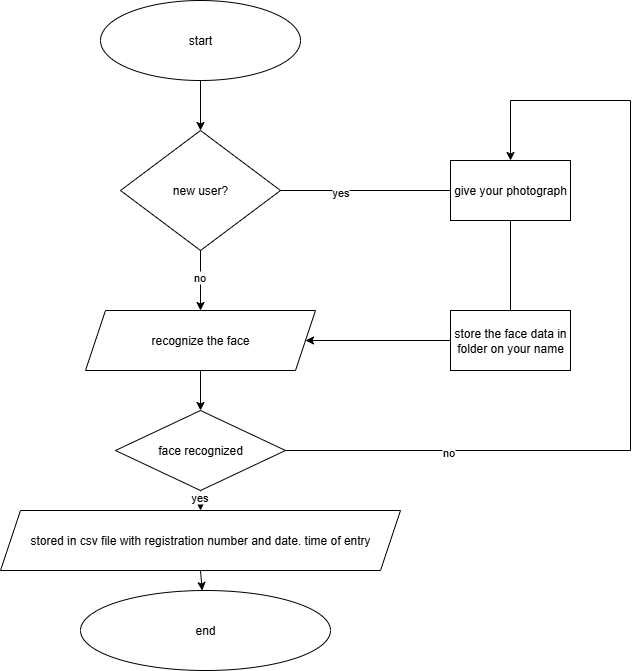
Earlier version of the draw.io export face recognition attendence system.png (MohanKrishna181818/face-recognition-system). Source tidied: cells renumbered, new cells last; positions are measured from the earlier drawing's top-left corner, leaving out a move shared by most shapes. Source of this version:
```xml
<mxGraphModel>
  <root>
    <mxCell id="0" />
    <mxCell id="1" parent="0" />
    <mxCell id="2" value="start" style="ellipse;whiteSpace=wrap;html=1;" parent="1" vertex="1">
      <mxGeometry x="100" width="200" height="80" as="geometry" />
    </mxCell>
    <mxCell id="3" value="new user?" style="rhombus;whiteSpace=wrap;html=1;" parent="1" vertex="1">
      <mxGeometry x="120" y="130" width="160" height="120" as="geometry" />
    </mxCell>
    <mxCell id="4" style="endArrow=classic;html=1;rounded=0;exitX=0.5;exitY=1;exitDx=0;exitDy=0;" parent="1" edge="1" source="2" target="3">
      <mxGeometry relative="1" as="geometry" />
    </mxCell>
    <mxCell id="5" value="recognize the face" style="shape=parallelogram;perimeter=parallelogramPerimeter;whiteSpace=wrap;html=1;fixedSize=1;" parent="1" vertex="1">
      <mxGeometry x="85" y="310" width="230" height="60" as="geometry" />
    </mxCell>
    <mxCell id="6" style="endArrow=classic;html=1;rounded=0;exitX=0.5;exitY=1;exitDx=0;exitDy=0;" parent="1" edge="1" source="3" target="5">
      <mxGeometry relative="1" as="geometry" />
    </mxCell>
    <mxCell id="7" value="no" style="edgeLabel;html=1;align=center;verticalAlign=middle;" parent="6" vertex="1">
      <mxGeometry x="-0.13" y="-2" relative="1" as="geometry" />
    </mxCell>
    <mxCell id="8" value="face recognized" style="rhombus;whiteSpace=wrap;html=1;" parent="1" vertex="1">
      <mxGeometry x="115" y="410" width="170" height="80" as="geometry" />
    </mxCell>
    <mxCell id="9" style="endArrow=classic;html=1;rounded=0;exitX=0.5;exitY=1;exitDx=0;exitDy=0;entryX=0.5;entryY=0;entryDx=0;entryDy=0;" parent="1" edge="1" source="5" target="8">
      <mxGeometry relative="1" as="geometry" />
    </mxCell>
    <mxCell id="10" style="endArrow=classic;html=1;rounded=0;exitX=0.5;exitY=1;exitDx=0;exitDy=0;entryX=0.5;entryY=0;entryDx=0;entryDy=0;" parent="1" edge="1" source="8" target="19">
      <mxGeometry relative="1" as="geometry" />
    </mxCell>
    <mxCell id="11" value="yes" style="edgeLabel;html=1;align=center;verticalAlign=middle;" parent="10" vertex="1">
      <mxGeometry x="-0.42" y="-2" relative="1" as="geometry" />
    </mxCell>
    <mxCell id="12" value="give your photograph" style="rounded=0;whiteSpace=wrap;html=1;" parent="1" vertex="1">
      <mxGeometry x="450" y="160" width="120" height="60" as="geometry" />
    </mxCell>
    <mxCell id="13" value="store the face data in folder on your name" style="rounded=0;whiteSpace=wrap;html=1;" parent="1" vertex="1">
      <mxGeometry x="450" y="310" width="120" height="60" as="geometry" />
    </mxCell>
    <mxCell id="14" style="endArrow=classic;html=1;rounded=0;exitX=0;exitY=0.5;exitDx=0;exitDy=0;entryX=1;entryY=0.5;entryDx=0;entryDy=0;" parent="1" edge="1" source="13" target="5">
      <mxGeometry relative="1" as="geometry" />
    </mxCell>
    <mxCell id="15" style="endArrow=none;html=1;rounded=0;exitX=1;exitY=0.5;exitDx=0;exitDy=0;" parent="1" edge="1" source="3" target="12">
      <mxGeometry relative="1" as="geometry" />
    </mxCell>
    <mxCell id="16" value="yes" style="edgeLabel;html=1;align=center;verticalAlign=middle;" parent="15" vertex="1">
      <mxGeometry x="-0.3" y="-1" relative="1" as="geometry" />
    </mxCell>
    <mxCell id="17" style="endArrow=classic;html=1;rounded=0;exitX=1;exitY=0.5;exitDx=0;exitDy=0;entryX=0.5;entryY=0;entryDx=0;entryDy=0;" parent="1" edge="1" source="8" target="12">
      <mxGeometry relative="1" as="geometry">
        <Array as="points">
          <mxPoint x="630" y="450" />
          <mxPoint x="630" y="100" />
          <mxPoint x="510" y="100" />
        </Array>
      </mxGeometry>
    </mxCell>
    <mxCell id="18" value="no" style="edgeLabel;html=1;align=center;verticalAlign=middle;" parent="17" vertex="1">
      <mxGeometry x="-0.63" y="-1" relative="1" as="geometry" />
    </mxCell>
    <mxCell id="19" value="stored in csv file with registration number and date. time of entry" style="shape=parallelogram;perimeter=parallelogramPerimeter;whiteSpace=wrap;html=1;fixedSize=1;" parent="1" vertex="1">
      <mxGeometry y="510" width="400" height="60" as="geometry" />
    </mxCell>
    <mxCell id="20" style="endArrow=classic;html=1;rounded=0;exitX=0.5;exitY=1;exitDx=0;exitDy=0;" parent="1" edge="1" source="19" target="21">
      <mxGeometry relative="1" as="geometry" />
    </mxCell>
    <mxCell id="21" value="end" style="ellipse;whiteSpace=wrap;html=1;" parent="1" vertex="1">
      <mxGeometry x="80" y="590" width="250" height="80" as="geometry" />
    </mxCell>
    <mxCell id="22" style="endArrow=none;html=1;rounded=0;entryX=0.5;entryY=1;entryDx=0;entryDy=0;exitX=0.5;exitY=0;exitDx=0;exitDy=0;" parent="1" edge="1" source="13" target="12">
      <mxGeometry relative="1" as="geometry" />
    </mxCell>
  </root>
</mxGraphModel>
```
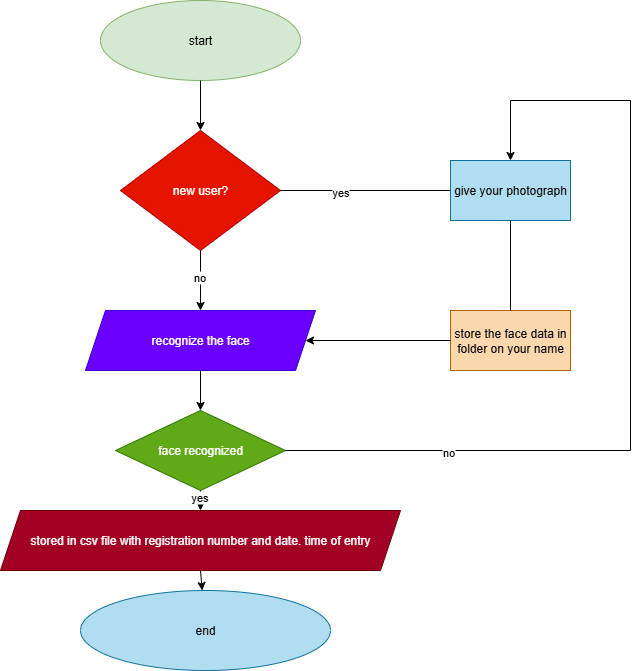
The same file after the commit.

Commit message:
added face system

Change to the diagram source:
```diff
@@ -2,16 +2,16 @@
   <root>
     <mxCell id="0" />
     <mxCell id="1" parent="0" />
-    <mxCell id="2" value="start" style="ellipse;whiteSpace=wrap;html=1;" parent="1" vertex="1">
+    <mxCell id="2" value="start" style="ellipse;whiteSpace=wrap;html=1;fillColor=#d5e8d4;strokeColor=#82b366;" parent="1" vertex="1">
       <mxGeometry x="100" width="200" height="80" as="geometry" />
     </mxCell>
-    <mxCell id="3" value="new user?" style="rhombus;whiteSpace=wrap;html=1;" parent="1" vertex="1">
+    <mxCell id="3" value="new user?" style="rhombus;whiteSpace=wrap;html=1;fillColor=#e51400;fontColor=#ffffff;strokeColor=#B20000;" parent="1" vertex="1">
       <mxGeometry x="120" y="130" width="160" height="120" as="geometry" />
     </mxCell>
     <mxCell id="4" style="endArrow=classic;html=1;rounded=0;exitX=0.5;exitY=1;exitDx=0;exitDy=0;" parent="1" edge="1" source="2" target="3">
       <mxGeometry relative="1" as="geometry" />
     </mxCell>
-    <mxCell id="5" value="recognize the face" style="shape=parallelogram;perimeter=parallelogramPerimeter;whiteSpace=wrap;html=1;fixedSize=1;" parent="1" vertex="1">
+    <mxCell id="5" value="recognize the face" style="shape=parallelogram;perimeter=parallelogramPerimeter;whiteSpace=wrap;html=1;fixedSize=1;fillColor=#6a00ff;fontColor=#ffffff;strokeColor=#3700CC;" parent="1" vertex="1">
       <mxGeometry x="85" y="310" width="230" height="60" as="geometry" />
     </mxCell>
     <mxCell id="6" style="endArrow=classic;html=1;rounded=0;exitX=0.5;exitY=1;exitDx=0;exitDy=0;" parent="1" edge="1" source="3" target="5">
@@ -20,7 +20,7 @@
     <mxCell id="7" value="no" style="edgeLabel;html=1;align=center;verticalAlign=middle;" parent="6" vertex="1">
       <mxGeometry x="-0.13" y="-2" relative="1" as="geometry" />
     </mxCell>
-    <mxCell id="8" value="face recognized" style="rhombus;whiteSpace=wrap;html=1;" parent="1" vertex="1">
+    <mxCell id="8" value="face recognized" style="rhombus;whiteSpace=wrap;html=1;fillColor=#60a917;fontColor=#ffffff;strokeColor=#2D7600;" parent="1" vertex="1">
       <mxGeometry x="115" y="410" width="170" height="80" as="geometry" />
     </mxCell>
     <mxCell id="9" style="endArrow=classic;html=1;rounded=0;exitX=0.5;exitY=1;exitDx=0;exitDy=0;entryX=0.5;entryY=0;entryDx=0;entryDy=0;" parent="1" edge="1" source="5" target="8">
@@ -32,10 +32,10 @@
     <mxCell id="11" value="yes" style="edgeLabel;html=1;align=center;verticalAlign=middle;" parent="10" vertex="1">
       <mxGeometry x="-0.42" y="-2" relative="1" as="geometry" />
     </mxCell>
-    <mxCell id="12" value="give your photograph" style="rounded=0;whiteSpace=wrap;html=1;" parent="1" vertex="1">
+    <mxCell id="12" value="give your photograph" style="rounded=0;whiteSpace=wrap;html=1;fillColor=#b1ddf0;strokeColor=#10739e;" parent="1" vertex="1">
       <mxGeometry x="450" y="160" width="120" height="60" as="geometry" />
     </mxCell>
-    <mxCell id="13" value="store the face data in folder on your name" style="rounded=0;whiteSpace=wrap;html=1;" parent="1" vertex="1">
+    <mxCell id="13" value="store the face data in folder on your name" style="rounded=0;whiteSpace=wrap;html=1;fillColor=#fad7ac;strokeColor=#b46504;" parent="1" vertex="1">
       <mxGeometry x="450" y="310" width="120" height="60" as="geometry" />
     </mxCell>
     <mxCell id="14" style="endArrow=classic;html=1;rounded=0;exitX=0;exitY=0.5;exitDx=0;exitDy=0;entryX=1;entryY=0.5;entryDx=0;entryDy=0;" parent="1" edge="1" source="13" target="5">
@@ -59,13 +59,13 @@
     <mxCell id="18" value="no" style="edgeLabel;html=1;align=center;verticalAlign=middle;" parent="17" vertex="1">
       <mxGeometry x="-0.63" y="-1" relative="1" as="geometry" />
     </mxCell>
-    <mxCell id="19" value="stored in csv file with registration number and date. time of entry" style="shape=parallelogram;perimeter=parallelogramPerimeter;whiteSpace=wrap;html=1;fixedSize=1;" parent="1" vertex="1">
+    <mxCell id="19" value="stored in csv file with registration number and date. time of entry" style="shape=parallelogram;perimeter=parallelogramPerimeter;whiteSpace=wrap;html=1;fixedSize=1;fillColor=#a20025;fontColor=#ffffff;strokeColor=#6F0000;" parent="1" vertex="1">
       <mxGeometry y="510" width="400" height="60" as="geometry" />
     </mxCell>
     <mxCell id="20" style="endArrow=classic;html=1;rounded=0;exitX=0.5;exitY=1;exitDx=0;exitDy=0;" parent="1" edge="1" source="19" target="21">
       <mxGeometry relative="1" as="geometry" />
     </mxCell>
-    <mxCell id="21" value="end" style="ellipse;whiteSpace=wrap;html=1;" parent="1" vertex="1">
+    <mxCell id="21" value="end" style="ellipse;whiteSpace=wrap;html=1;fillColor=#b1ddf0;strokeColor=#10739e;" parent="1" vertex="1">
       <mxGeometry x="80" y="590" width="250" height="80" as="geometry" />
     </mxCell>
     <mxCell id="22" style="endArrow=none;html=1;rounded=0;entryX=0.5;entryY=1;entryDx=0;entryDy=0;exitX=0.5;exitY=0;exitDx=0;exitDy=0;" parent="1" edge="1" source="13" target="12">
```
